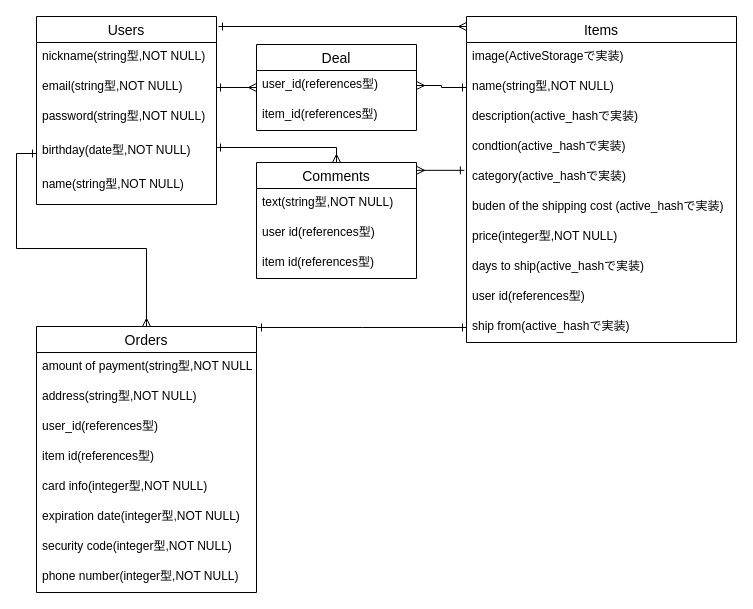
The draw.io diagram furima.dio in HiroRin753/furima-30569, before the edit. Source tidied: cells renumbered, new cells numbered last; positions are measured from the earlier drawing's top-left corner, leaving out a move shared by most shapes. Both pictures are drawn from the tidied source at 100%, with x=0, y=0 at pixel (36, 16).
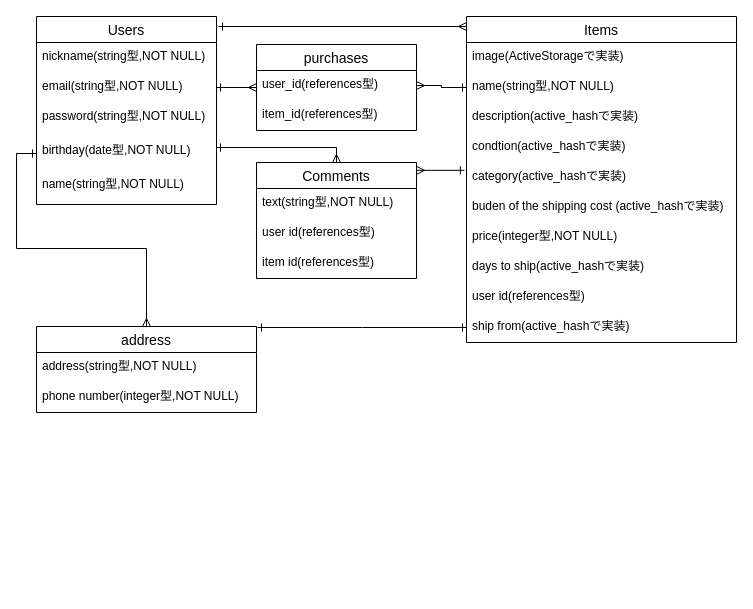
Above is the later version.

Diff of the diagram source:
```diff
@@
-    <mxCell id="24" value="Orders" style="swimlane;fontStyle=0;horizontal=1;startSize=26;align=center;fontSize=14;" parent="1" vertex="1">
-      <mxGeometry y="310" width="220" height="266" as="geometry" />
+    <mxCell id="24" value="address" style="swimlane;fontStyle=0;horizontal=1;startSize=26;align=center;fontSize=14;" parent="1" vertex="1">
+      <mxGeometry y="310" width="220" height="86" as="geometry" />
     </mxCell>
-    <mxCell id="25" value="amount of payment(string型,NOT NULL)" style="text;strokeColor=none;fillColor=none;spacingLeft=4;spacingRight=4;overflow=hidden;fontSize=12;" parent="24" vertex="1">
-      <mxGeometry y="26" width="220" height="30" as="geometry" />
-    </mxCell>
     <mxCell id="26" value="address(string型,NOT NULL)" style="text;strokeColor=none;fillColor=none;spacingLeft=4;spacingRight=4;overflow=hidden;fontSize=12;" parent="24" vertex="1">
-      <mxGeometry y="56" width="220" height="30" as="geometry" />
+      <mxGeometry y="26" width="220" height="30" as="geometry" />
     </mxCell>
-    <mxCell id="27" value="user_id(references型)" style="text;strokeColor=none;fillColor=none;spacingLeft=4;spacingRight=4;overflow=hidden;fontSize=12;" parent="24" vertex="1">
-      <mxGeometry y="86" width="220" height="30" as="geometry" />
-    </mxCell>
-    <mxCell id="28" value="item id(references型)" style="text;strokeColor=none;fillColor=none;spacingLeft=4;spacingRight=4;overflow=hidden;fontSize=12;" parent="24" vertex="1">
-      <mxGeometry y="116" width="220" height="30" as="geometry" />
-    </mxCell>
-    <mxCell id="29" value="card info(integer型,NOT NULL)" style="text;strokeColor=none;fillColor=none;spacingLeft=4;spacingRight=4;overflow=hidden;fontSize=12;" parent="24" vertex="1">
-      <mxGeometry y="146" width="220" height="30" as="geometry" />
-    </mxCell>
-    <mxCell id="30" value="expiration date(integer型,NOT NULL)" style="text;strokeColor=none;fillColor=none;spacingLeft=4;spacingRight=4;overflow=hidden;fontSize=12;" parent="24" vertex="1">
-      <mxGeometry y="176" width="220" height="30" as="geometry" />
-    </mxCell>
-    <mxCell id="31" value="security code(integer型,NOT NULL)" style="text;strokeColor=none;fillColor=none;spacingLeft=4;spacingRight=4;overflow=hidden;fontSize=12;" parent="24" vertex="1">
-      <mxGeometry y="206" width="220" height="30" as="geometry" />
-    </mxCell>
     <mxCell id="32" value="phone number(integer型,NOT NULL)" style="text;strokeColor=none;fillColor=none;spacingLeft=4;spacingRight=4;overflow=hidden;fontSize=12;" parent="24" vertex="1">
-      <mxGeometry y="236" width="220" height="30" as="geometry" />
+      <mxGeometry y="56" width="220" height="30" as="geometry" />
     </mxCell>
@@
-    <mxCell id="39" value="Deal" style="swimlane;fontStyle=0;horizontal=1;startSize=26;align=center;fontSize=14;" parent="1" vertex="1">
+    <mxCell id="39" value="purchases" style="swimlane;fontStyle=0;horizontal=1;startSize=26;align=center;fontSize=14;" parent="1" vertex="1">
       <mxGeometry x="220" y="28" width="160" height="86" as="geometry" />
     </mxCell>
```
